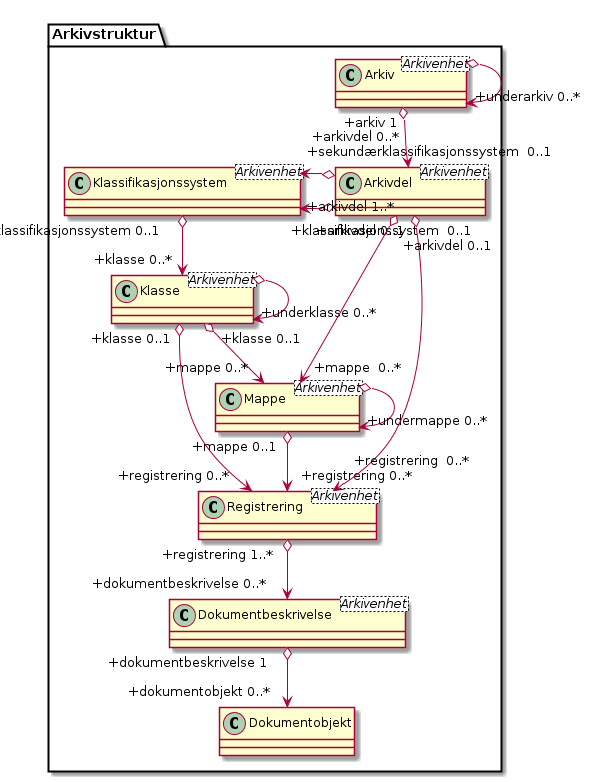
The PlantUML diagram kapitler/media/uml-arkivstruktur-forklart-som-hovedmodell.png in arkivverket/noark5-tjenestegrensesnitt-standard, before a commit.
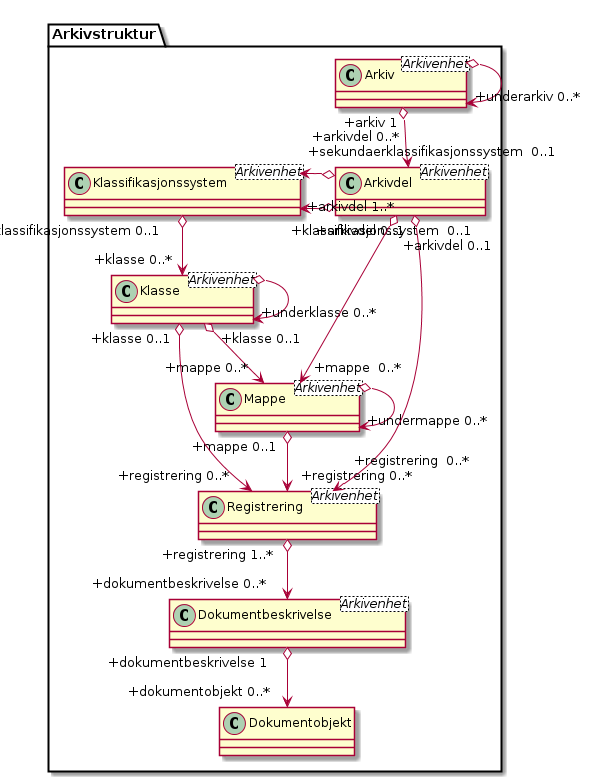
Above is the later version.

What changed in the source:
```diff
@@ -12,7 +12,7 @@
 Arkivstruktur.Arkiv o--> "+underarkiv 0..*" Arkivstruktur.Arkiv
 Arkivstruktur.Arkiv "+arkiv 1" o--> "+arkivdel 0..*\n" Arkivstruktur.Arkivdel
 Arkivstruktur.Klassifikasjonssystem "+klassifikasjonssystem  0..1" <-o "+arkivdel 1..*" Arkivstruktur.Arkivdel
-Arkivstruktur.Klassifikasjonssystem "+sekundærklassifikasjonssystem  0..1" <-o Arkivstruktur.Arkivdel
+Arkivstruktur.Klassifikasjonssystem "+sekundaerklassifikasjonssystem  0..1" <-o Arkivstruktur.Arkivdel
 Arkivstruktur.Klassifikasjonssystem "+klassifikasjonssystem 0..1" o--> "+klasse 0..*" Arkivstruktur.Klasse
 Arkivstruktur.Klasse o-> "+underklasse 0..*" Arkivstruktur.Klasse
 Arkivstruktur.Klasse "+klasse 0..1" o--> "+mappe 0..*" Arkivstruktur.Mappe
```
